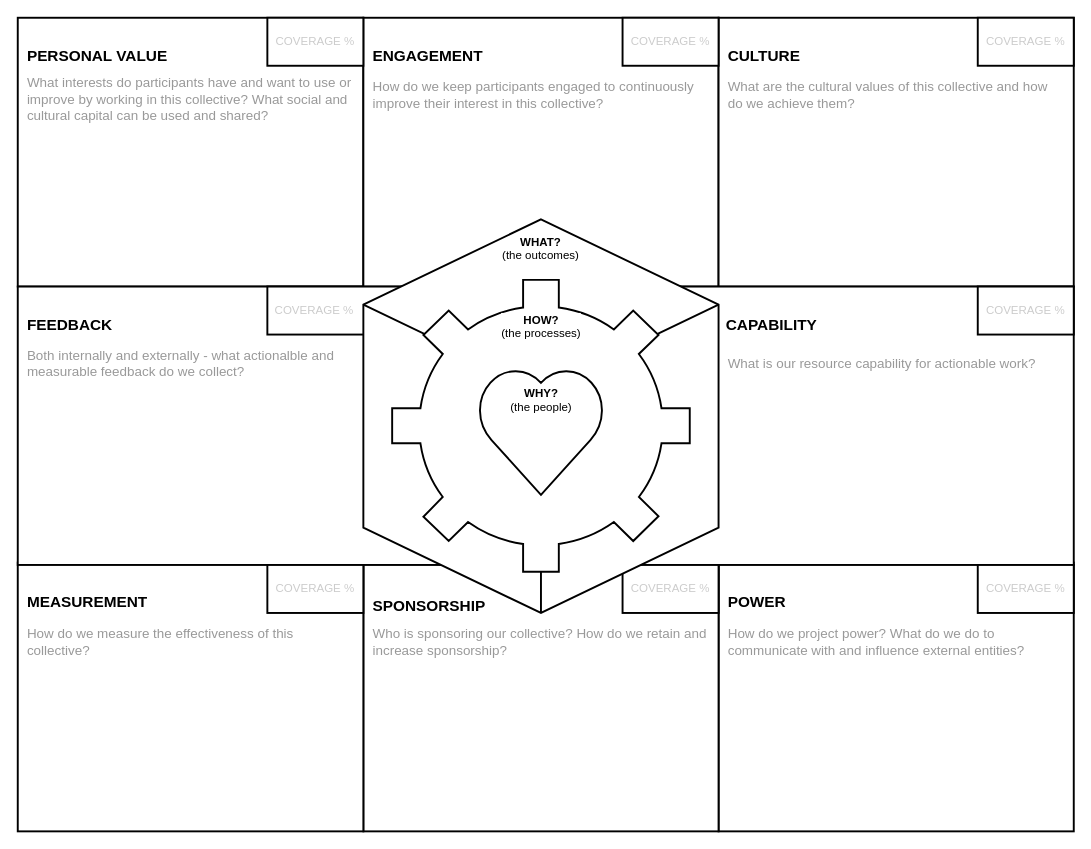
Earlier version of the draw.io diagram collective-action-canvas.drawio (rquast/collective-action-canvas). Source tidied: cells renumbered, new cells numbered last; positions are measured from the earlier drawing's top-left corner, leaving out a move shared by most shapes. Both pictures are drawn from the tidied source at 96%, with x=0, y=0 at pixel (17, 17).
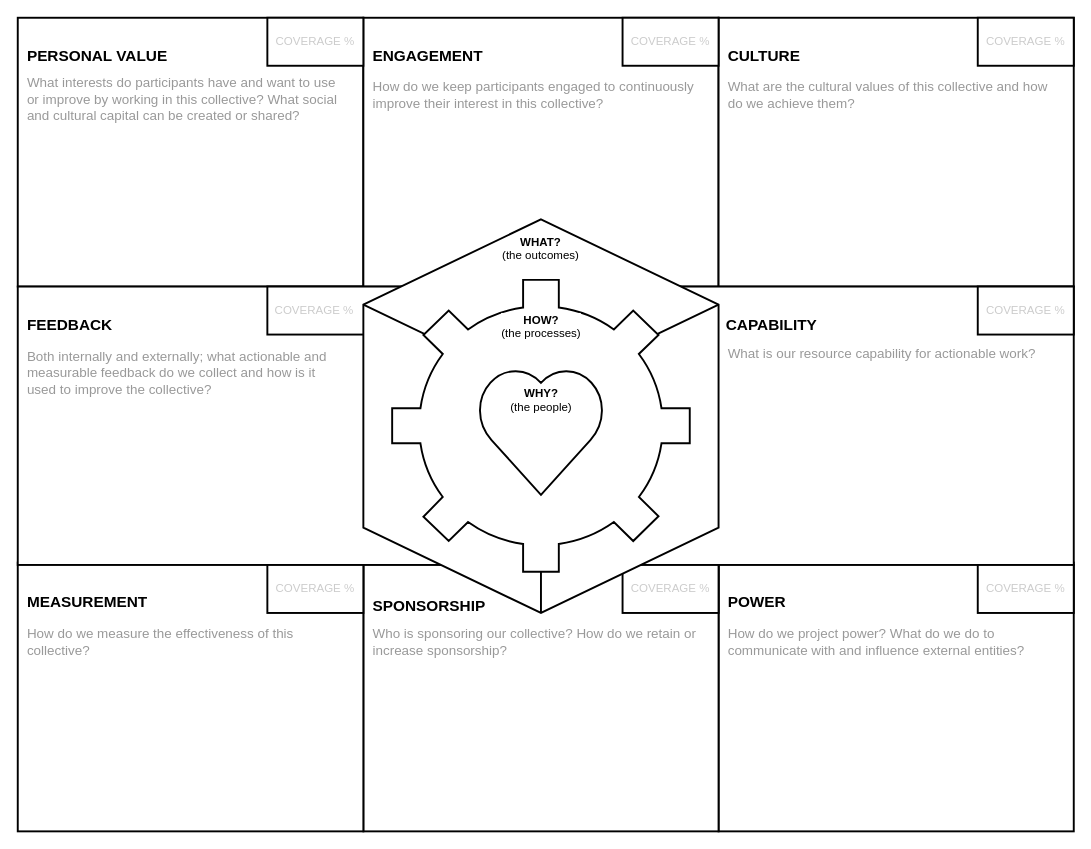
The same page after the edit.

Change to the diagram source:
```diff
@@
-    <mxCell id="21" value="What interests do participants have and want to use or improve by working in this collective? What social and cultural capital can be used and shared?" style="text;html=1;strokeColor=none;fillColor=none;align=left;verticalAlign=middle;whiteSpace=wrap;rounded=0;fontSize=14;fontColor=#999999;spacingLeft=8;" parent="1" vertex="1">
-      <mxGeometry y="60" width="350" height="50" as="geometry" />
+    <mxCell id="21" value="What interests do participants have and want to use or improve by working in this collective? What social and cultural capital can be created or shared?" style="text;html=1;strokeColor=none;fillColor=none;align=left;verticalAlign=middle;whiteSpace=wrap;rounded=0;fontSize=14;fontColor=#999999;spacingLeft=8;" parent="1" vertex="1">
+      <mxGeometry y="60" width="340" height="50" as="geometry" />
     </mxCell>
@@
-    <mxCell id="24" value="Both internally and externally - what actionalble and measurable feedback do we collect?" style="text;html=1;strokeColor=none;fillColor=none;align=left;verticalAlign=middle;whiteSpace=wrap;rounded=0;fontSize=14;fontColor=#999999;spacingLeft=8;" parent="1" vertex="1">
-      <mxGeometry y="340" width="340" height="40" as="geometry" />
+    <mxCell id="24" value="Both internally and externally; what actionable and measurable feedback do we collect and how is it used to improve the collective?" style="text;html=1;strokeColor=none;fillColor=none;align=left;verticalAlign=middle;whiteSpace=wrap;rounded=0;fontSize=14;fontColor=#999999;spacingLeft=8;" parent="1" vertex="1">
+      <mxGeometry y="350" width="340" height="40" as="geometry" />
     </mxCell>
     <mxCell id="25" value="What is our resource capability for actionable work?" style="text;html=1;strokeColor=none;fillColor=none;align=left;verticalAlign=middle;whiteSpace=wrap;rounded=0;fontSize=14;fontColor=#999999;spacingLeft=8;" parent="1" vertex="1">
-      <mxGeometry x="730" y="340" width="370" height="40" as="geometry" />
+      <mxGeometry x="730" y="330" width="370" height="40" as="geometry" />
     </mxCell>
@@
-    <mxCell id="27" value="Who is sponsoring our collective? How do we retain and increase sponsorship?" style="text;html=1;strokeColor=none;fillColor=none;align=left;verticalAlign=middle;whiteSpace=wrap;rounded=0;fontSize=14;fontColor=#999999;spacingLeft=8;" parent="1" vertex="1">
-      <mxGeometry x="360" y="630" width="370" height="40" as="geometry" />
+    <mxCell id="27" value="Who is sponsoring our collective? How do we retain or increase sponsorship?" style="text;html=1;strokeColor=none;fillColor=none;align=left;verticalAlign=middle;whiteSpace=wrap;rounded=0;fontSize=14;fontColor=#999999;spacingLeft=8;" parent="1" vertex="1">
+      <mxGeometry x="360" y="630" width="350" height="40" as="geometry" />
     </mxCell>
```
